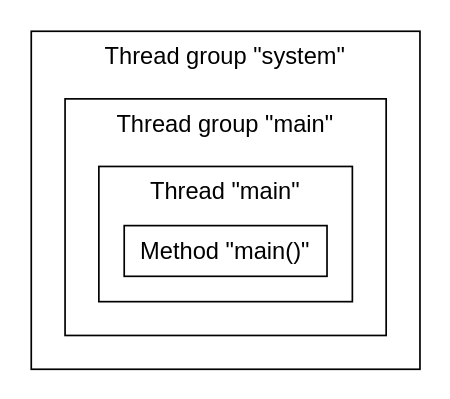
Above: content/articles/2021/what-happens-if-the-main-method-throws-an-exception/thread-structure.drawio in marcelkliemannel/marcelkliemannel.com (draw.io), before the change. Source tidied: cells renumbered, new cells numbered last; positions are measured from the earlier drawing's top-left corner, leaving out a move shared by most shapes. Both pictures are drawn from the tidied source at 169%, with x=0, y=0 at pixel (30, 30).
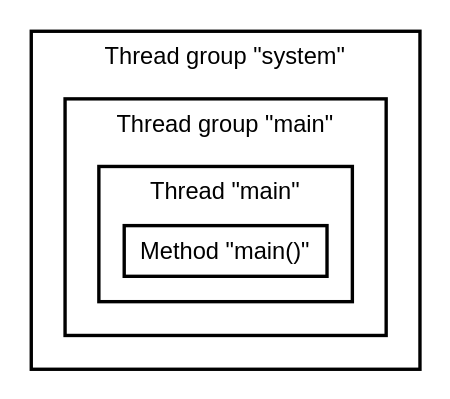
After the change.

The edit, as a diff of the source:
```diff
@@
 <mxGraphModel>
   <root>
     <mxCell id="0" />
     <mxCell id="1" parent="0" />
-    <mxCell id="2" value="Thread group &quot;system&quot;" style="rounded=0;whiteSpace=wrap;html=1;fontSize=14;verticalAlign=top;fontFamily=Helvetica;" parent="1" vertex="1">
+    <mxCell id="2" value="Thread group &quot;system&quot;" style="rounded=0;whiteSpace=wrap;html=1;fontSize=14;verticalAlign=top;fontFamily=Helvetica;strokeWidth=2;" parent="1" vertex="1">
       <mxGeometry width="230" height="200" as="geometry" />
     </mxCell>
-    <mxCell id="3" value="Thread group &quot;main&quot;" style="rounded=0;whiteSpace=wrap;html=1;fontSize=14;verticalAlign=top;fontFamily=Helvetica;" parent="1" vertex="1">
+    <mxCell id="3" value="Thread group &quot;main&quot;" style="rounded=0;whiteSpace=wrap;html=1;fontSize=14;verticalAlign=top;fontFamily=Helvetica;strokeWidth=2;" parent="1" vertex="1">
       <mxGeometry x="20" y="40" width="190" height="140" as="geometry" />
     </mxCell>
-    <mxCell id="4" value="Thread &quot;main&quot;" style="rounded=0;whiteSpace=wrap;html=1;fontSize=14;align=center;verticalAlign=top;fontFamily=Helvetica;" parent="1" vertex="1">
+    <mxCell id="4" value="Thread &quot;main&quot;" style="rounded=0;whiteSpace=wrap;html=1;fontSize=14;align=center;verticalAlign=top;fontFamily=Helvetica;strokeWidth=2;" parent="1" vertex="1">
       <mxGeometry x="40" y="80" width="150" height="80" as="geometry" />
     </mxCell>
-    <mxCell id="5" value="Method &quot;main()&quot;" style="rounded=0;whiteSpace=wrap;html=1;fontSize=14;fontFamily=Helvetica;" parent="1" vertex="1">
+    <mxCell id="5" value="Method &quot;main()&quot;" style="rounded=0;whiteSpace=wrap;html=1;fontSize=14;fontFamily=Helvetica;strokeWidth=2;" parent="1" vertex="1">
       <mxGeometry x="55" y="115" width="120" height="30" as="geometry" />
     </mxCell>
   </root>
 </mxGraphModel>
```
